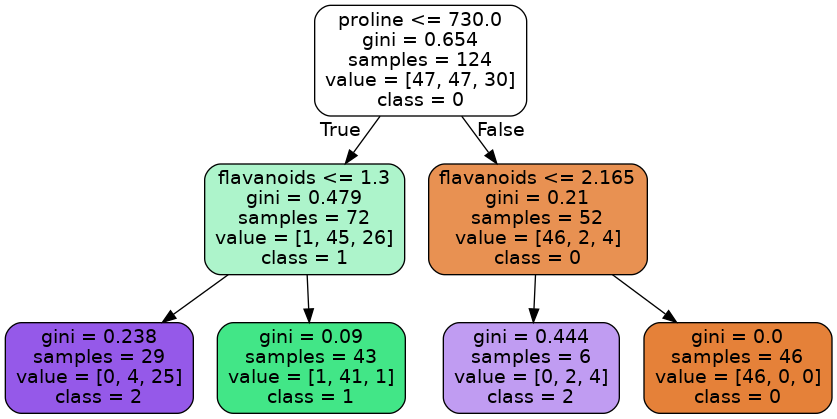
Before: Ch06_監督式學習-分類/tree03.png, a diagram exported from Graphviz (mocca006/python2-20250804). Its source is kept beside it as Ch06_監督式學習-分類/Tree03.dot. Its diagram source:
```dot
digraph Tree {
node [shape=box, style="filled, rounded", color="black", fontname="helvetica"] ;
edge [fontname="helvetica"] ;
0 [label="proline <= 730.0\ngini = 0.654\nsamples = 124\nvalue = [47, 47, 30]\nclass = 0", fillcolor="#ffffff"] ;
1 [label="flavanoids <= 1.3\ngini = 0.479\nsamples = 72\nvalue = [1, 45, 26]\nclass = 1", fillcolor="#adf4cb"] ;
0 -> 1 [labeldistance=2.5, labelangle=45, headlabel="True"] ;
2 [label="gini = 0.238\nsamples = 29\nvalue = [0, 4, 25]\nclass = 2", fillcolor="#9559e9"] ;
1 -> 2 ;
3 [label="gini = 0.09\nsamples = 43\nvalue = [1, 41, 1]\nclass = 1", fillcolor="#42e687"] ;
1 -> 3 ;
4 [label="flavanoids <= 2.165\ngini = 0.21\nsamples = 52\nvalue = [46, 2, 4]\nclass = 0", fillcolor="#e89152"] ;
0 -> 4 [labeldistance=2.5, labelangle=-45, headlabel="False"] ;
5 [label="gini = 0.444\nsamples = 6\nvalue = [0, 2, 4]\nclass = 2", fillcolor="#c09cf2"] ;
4 -> 5 ;
6 [label="gini = 0.0\nsamples = 46\nvalue = [46, 0, 0]\nclass = 0", fillcolor="#e58139"] ;
4 -> 6 ;
}
```
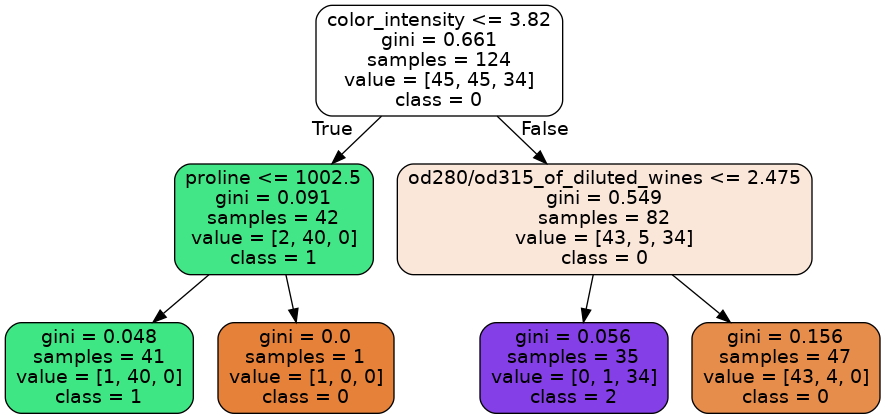
The same diagram one commit later.

Diff of the diagram source:
```diff
@@ -1,17 +1,17 @@
 digraph Tree {
 node [shape=box, style="filled, rounded", color="black", fontname="helvetica"] ;
 edge [fontname="helvetica"] ;
-0 [label="proline <= 730.0\ngini = 0.654\nsamples = 124\nvalue = [47, 47, 30]\nclass = 0", fillcolor="#ffffff"] ;
-1 [label="flavanoids <= 1.3\ngini = 0.479\nsamples = 72\nvalue = [1, 45, 26]\nclass = 1", fillcolor="#adf4cb"] ;
+0 [label="color_intensity <= 3.82\ngini = 0.661\nsamples = 124\nvalue = [45, 45, 34]\nclass = 0", fillcolor="#ffffff"] ;
+1 [label="proline <= 1002.5\ngini = 0.091\nsamples = 42\nvalue = [2, 40, 0]\nclass = 1", fillcolor="#43e687"] ;
 0 -> 1 [labeldistance=2.5, labelangle=45, headlabel="True"] ;
-2 [label="gini = 0.238\nsamples = 29\nvalue = [0, 4, 25]\nclass = 2", fillcolor="#9559e9"] ;
+2 [label="gini = 0.048\nsamples = 41\nvalue = [1, 40, 0]\nclass = 1", fillcolor="#3ee684"] ;
 1 -> 2 ;
-3 [label="gini = 0.09\nsamples = 43\nvalue = [1, 41, 1]\nclass = 1", fillcolor="#42e687"] ;
+3 [label="gini = 0.0\nsamples = 1\nvalue = [1, 0, 0]\nclass = 0", fillcolor="#e58139"] ;
 1 -> 3 ;
-4 [label="flavanoids <= 2.165\ngini = 0.21\nsamples = 52\nvalue = [46, 2, 4]\nclass = 0", fillcolor="#e89152"] ;
+4 [label="od280/od315_of_diluted_wines <= 2.475\ngini = 0.549\nsamples = 82\nvalue = [43, 5, 34]\nclass = 0", fillcolor="#fae7da"] ;
 0 -> 4 [labeldistance=2.5, labelangle=-45, headlabel="False"] ;
-5 [label="gini = 0.444\nsamples = 6\nvalue = [0, 2, 4]\nclass = 2", fillcolor="#c09cf2"] ;
+5 [label="gini = 0.056\nsamples = 35\nvalue = [0, 1, 34]\nclass = 2", fillcolor="#853fe6"] ;
 4 -> 5 ;
-6 [label="gini = 0.0\nsamples = 46\nvalue = [46, 0, 0]\nclass = 0", fillcolor="#e58139"] ;
+6 [label="gini = 0.156\nsamples = 47\nvalue = [43, 4, 0]\nclass = 0", fillcolor="#e78d4b"] ;
 4 -> 6 ;
 }
```
